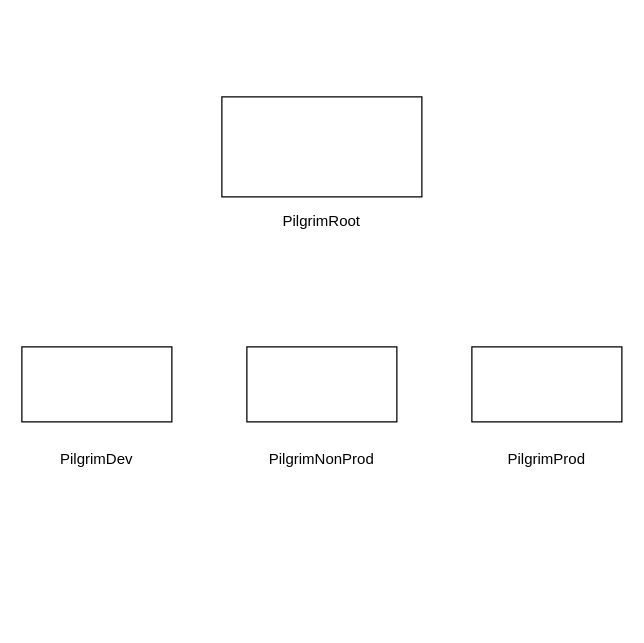
The draw.io diagram Pilgrim AWS Accounts.drawio in angushirose/aws_academy, before the edit. Source tidied: cells renumbered, new cells numbered last; positions are measured from the earlier drawing's top-left corner, leaving out a move shared by most shapes. Both pictures are drawn from the tidied source at 125%, with x=0, y=0 at pixel (21, 96).
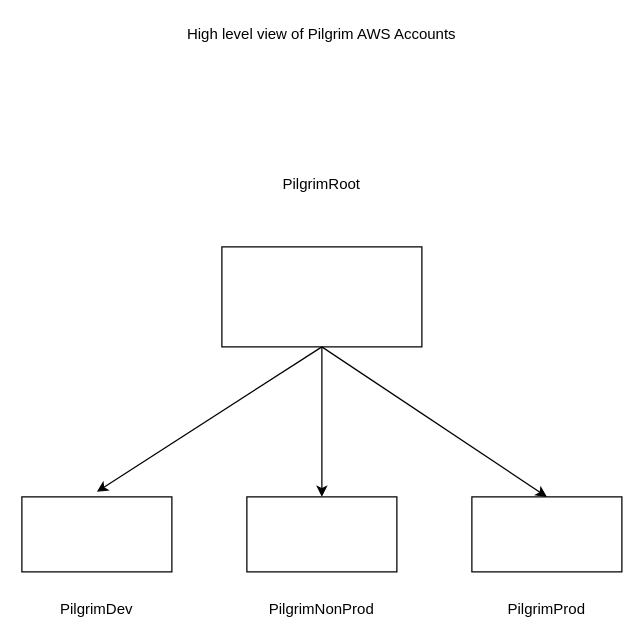
After the change.

Commit message (it also covers changes not shown here):
Mods to diagram

The change refers to these unchanged cells:
```xml
<mxCell id="3" style="rounded=0;whiteSpace=wrap;html=1;" parent="2" vertex="1">
  <mxGeometry width="160" height="80" as="geometry" />
</mxCell>
<mxCell id="9" style="rounded=0;whiteSpace=wrap;html=1;" parent="8" vertex="1">
  <mxGeometry width="120" height="60" as="geometry" />
</mxCell>
<mxCell id="12" style="rounded=0;whiteSpace=wrap;html=1;" parent="11" vertex="1">
  <mxGeometry width="120" height="60" as="geometry" />
</mxCell>
```

What changed in the source:
```diff
@@
+    <mxCell id="14" style="group;" parent="1" vertex="1">
+      <mxGeometry y="40" width="480" height="380" as="geometry" />
+    </mxCell>
-    <mxCell id="2" style="group;" parent="1" vertex="1">
-      <mxGeometry x="160" width="160" height="130" as="geometry" />
+    <mxCell id="2" style="group;" parent="14" vertex="1">
+      <mxGeometry x="160" y="80" width="160" height="130" as="geometry" />
     </mxCell>
@@
-    <mxCell id="4" value="PilgrimRoot" style="text;html=1;strokeColor=none;fillColor=none;align=center;verticalAlign=middle;whiteSpace=wrap;rounded=0;" parent="2" vertex="1">
-      <mxGeometry x="20" y="70" width="120" height="60" as="geometry" />
-    </mxCell>
-    <mxCell id="5" style="group;" parent="1" vertex="1">
-      <mxGeometry y="200" width="120" height="100" as="geometry" />
+    <mxCell id="5" style="group;" parent="14" vertex="1">
+      <mxGeometry y="280" width="120" height="100" as="geometry" />
     </mxCell>
@@
-    <mxCell id="8" style="group;" parent="1" vertex="1">
-      <mxGeometry x="360" y="200" width="120" height="100" as="geometry" />
+    <mxCell id="8" style="group;" parent="14" vertex="1">
+      <mxGeometry x="360" y="280" width="120" height="100" as="geometry" />
     </mxCell>
@@
-    <mxCell id="11" style="group;" parent="1" vertex="1">
-      <mxGeometry x="180" y="200" width="120" height="100" as="geometry" />
+    <mxCell id="11" style="group;" parent="14" vertex="1">
+      <mxGeometry x="180" y="280" width="120" height="100" as="geometry" />
     </mxCell>
@@
+    <mxCell id="15" style="endArrow=classic;html=1;exitX=0.5;exitY=1;exitDx=0;exitDy=0;" parent="14" edge="1" source="3">
+      <mxGeometry relative="1" as="geometry">
+        <mxPoint x="60" y="276" as="targetPoint" />
+      </mxGeometry>
+    </mxCell>
+    <mxCell id="4" value="PilgrimRoot" style="text;html=1;strokeColor=none;fillColor=none;align=center;verticalAlign=middle;whiteSpace=wrap;rounded=0;" parent="14" vertex="1">
+      <mxGeometry x="180" width="120" height="60" as="geometry" />
+    </mxCell>
+    <mxCell id="16" style="endArrow=classic;html=1;entryX=0.5;entryY=0;entryDx=0;entryDy=0;" parent="14" edge="1" target="9">
+      <mxGeometry relative="1" as="geometry">
+        <mxPoint x="240" y="160" as="sourcePoint" />
+      </mxGeometry>
+    </mxCell>
+    <mxCell id="17" style="endArrow=classic;html=1;entryX=0.5;entryY=0;entryDx=0;entryDy=0;" parent="14" edge="1" target="12">
+      <mxGeometry relative="1" as="geometry">
+        <mxPoint x="240" y="160" as="sourcePoint" />
+      </mxGeometry>
+    </mxCell>
+    <mxCell id="18" value="High level view of Pilgrim AWS Accounts" style="text;html=1;strokeColor=none;fillColor=none;align=center;verticalAlign=middle;whiteSpace=wrap;rounded=0;" parent="1" vertex="1">
+      <mxGeometry y="-60" width="480" height="20" as="geometry" />
+    </mxCell>
```
